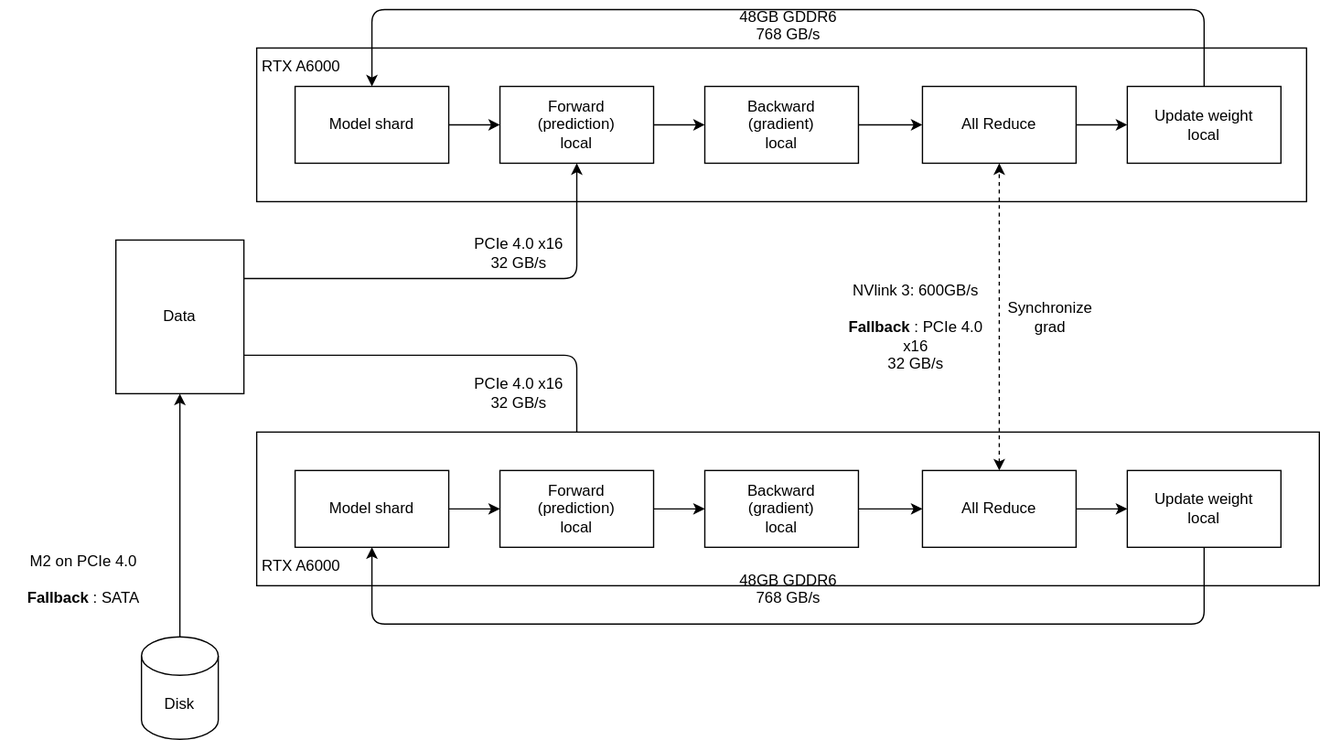
Earlier version of the draw.io export src/pages/hardware/_assets/overview-finetuning-5.drawio.svg (janhq/docs). Source tidied: cells renumbered, new cells last; positions are measured from the earlier drawing's top-left corner, leaving out a move shared by most shapes.
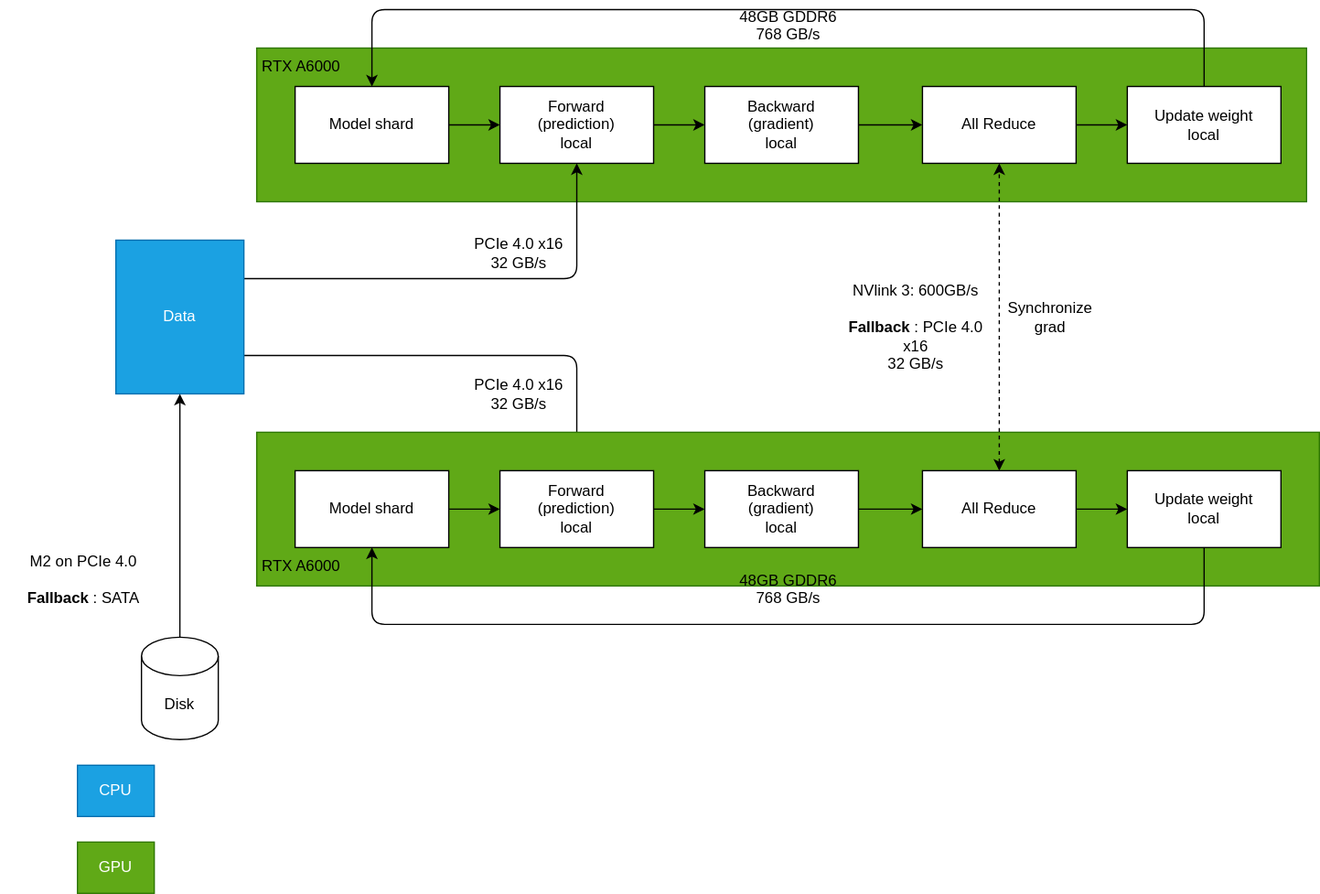
Later version of the same file.

Change to the diagram source:
```diff
@@ -2,7 +2,7 @@
   <root>
     <mxCell id="0" />
     <mxCell id="1" parent="0" />
-    <mxCell id="2" style="rounded=0;whiteSpace=wrap;html=1;" parent="1" vertex="1">
+    <mxCell id="2" style="rounded=0;whiteSpace=wrap;html=1;fillColor=#60a917;fontColor=#ffffff;strokeColor=#2D7600;" parent="1" vertex="1">
       <mxGeometry x="200" y="30" width="820" height="120" as="geometry" />
     </mxCell>
     <mxCell id="3" style="edgeStyle=none;html=1;exitX=1;exitY=0.75;exitDx=0;exitDy=0;entryX=0.5;entryY=0;entryDx=0;entryDy=0;" parent="1" edge="1" source="5" target="18">
@@ -19,7 +19,7 @@
         </Array>
       </mxGeometry>
     </mxCell>
-    <mxCell id="5" value="Data" style="rounded=0;whiteSpace=wrap;html=1;" parent="1" vertex="1">
+    <mxCell id="5" value="Data" style="rounded=0;whiteSpace=wrap;html=1;fillColor=#1ba1e2;fontColor=#ffffff;strokeColor=#006EAF;" parent="1" vertex="1">
       <mxGeometry x="90" y="180" width="100" height="120" as="geometry" />
     </mxCell>
     <mxCell id="6" style="edgeStyle=none;html=1;exitX=1;exitY=0.5;exitDx=0;exitDy=0;entryX=0;entryY=0.5;entryDx=0;entryDy=0;" parent="1" edge="1" source="7" target="9">
@@ -51,7 +51,7 @@
     <mxCell id="13" value="Update weight&lt;br&gt;local" style="rounded=0;whiteSpace=wrap;html=1;" parent="1" vertex="1">
       <mxGeometry x="880" y="60" width="120" height="60" as="geometry" />
     </mxCell>
-    <mxCell id="14" style="rounded=0;whiteSpace=wrap;html=1;" parent="1" vertex="1">
+    <mxCell id="14" style="rounded=0;whiteSpace=wrap;html=1;fillColor=#60a917;fontColor=#ffffff;strokeColor=#2D7600;" parent="1" vertex="1">
       <mxGeometry x="200" y="330" width="830" height="120" as="geometry" />
     </mxCell>
     <mxCell id="15" style="edgeStyle=none;html=1;exitX=1;exitY=0.5;exitDx=0;exitDy=0;entryX=0;entryY=0.5;entryDx=0;entryDy=0;" parent="1" edge="1" source="16" target="18">
@@ -131,5 +131,11 @@
     <mxCell id="38" value="M2 on PCIe 4.0&lt;br&gt;&lt;br&gt;&lt;b&gt;Fallback&lt;/b&gt;: SATA" style="text;html=1;strokeColor=none;fillColor=none;align=center;verticalAlign=middle;whiteSpace=wrap;rounded=0;" parent="1" vertex="1">
       <mxGeometry y="430" width="130" height="30" as="geometry" />
     </mxCell>
+    <mxCell id="39" value="CPU" style="rounded=0;whiteSpace=wrap;html=1;fillColor=#1ba1e2;fontColor=#ffffff;strokeColor=#006EAF;" parent="1" vertex="1">
+      <mxGeometry x="60" y="590" width="60" height="40" as="geometry" />
+    </mxCell>
+    <mxCell id="40" value="GPU" style="rounded=0;whiteSpace=wrap;html=1;fillColor=#60a917;fontColor=#ffffff;strokeColor=#2D7600;" parent="1" vertex="1">
+      <mxGeometry x="60" y="650" width="60" height="40" as="geometry" />
+    </mxCell>
   </root>
 </mxGraphModel>
```
